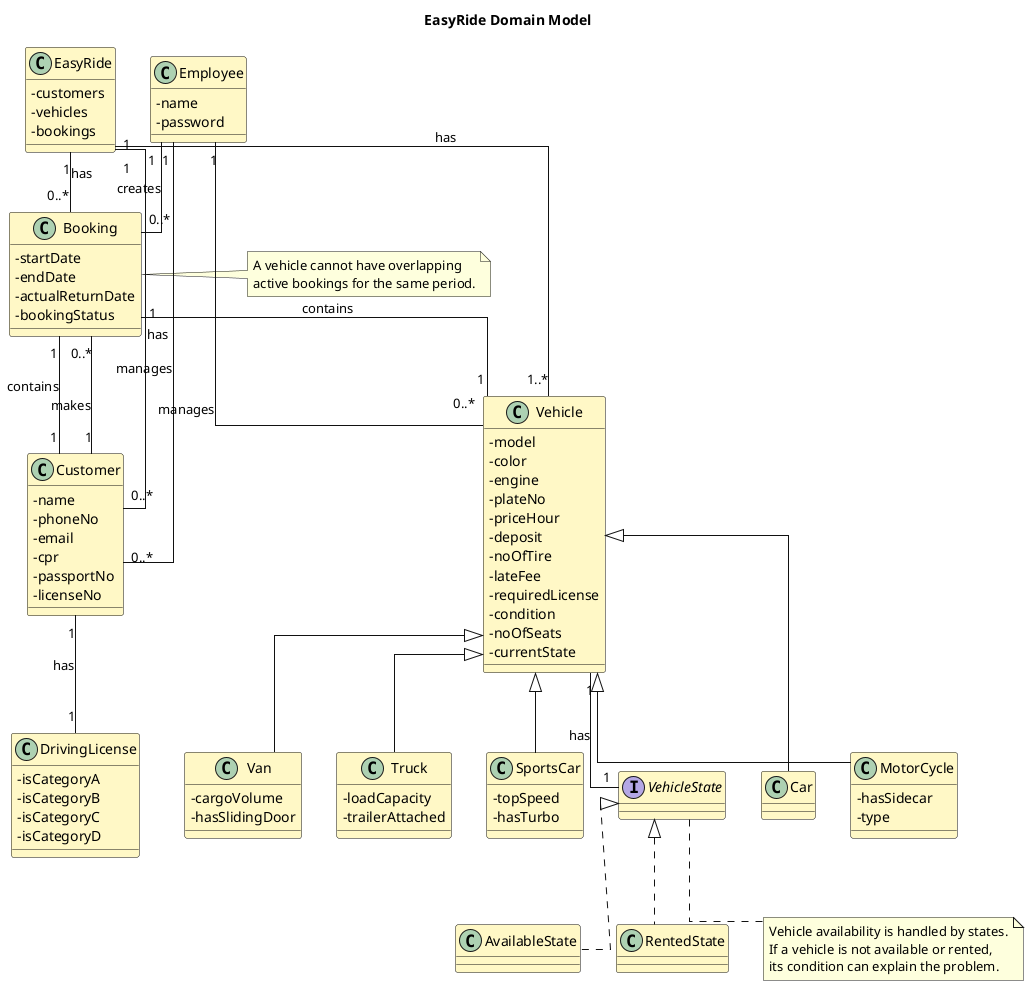
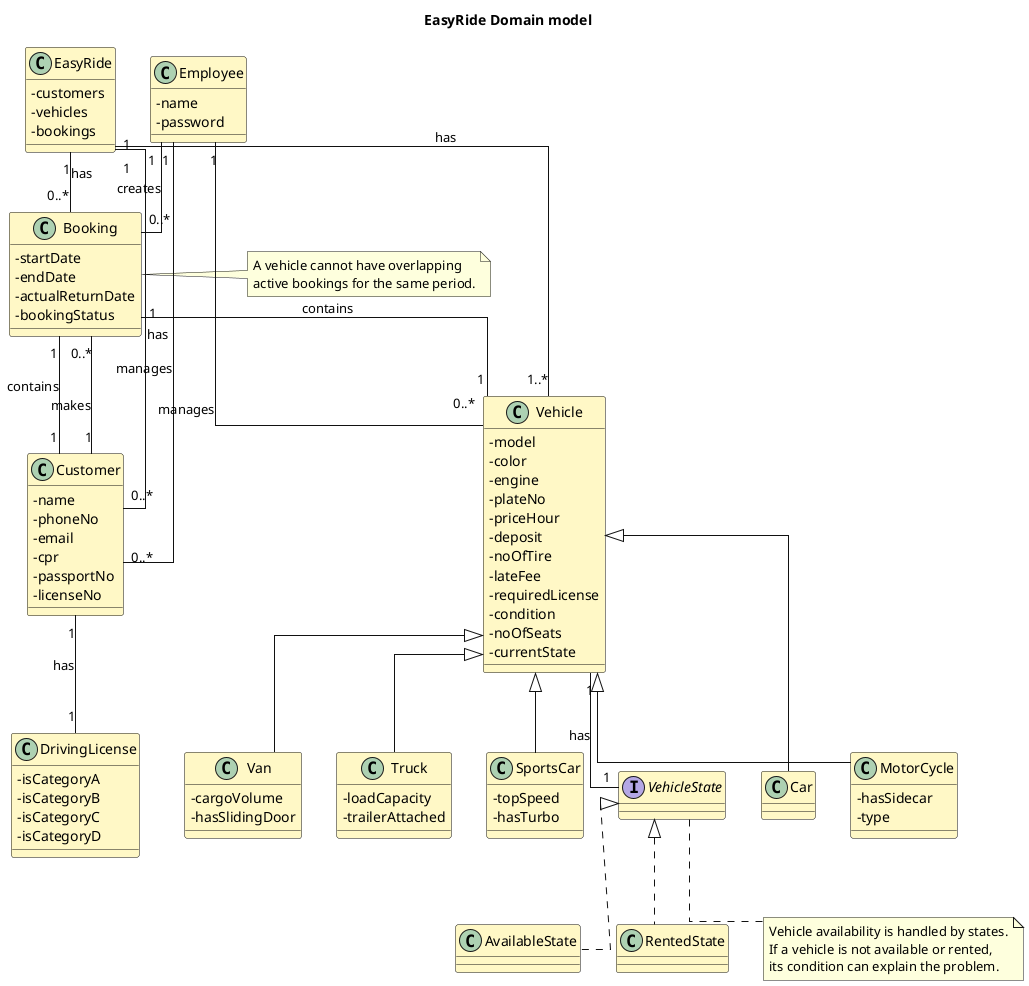
@startuml EasyRide_Domain_Model

- title EasyRide Domain Model
+ title EasyRide Domain model

skinparam classAttributeIconSize 0
skinparam shadowing false
skinparam linetype ortho
skinparam class {
  BackgroundColor #FFF8C6
  BorderColor #111111
  ArrowColor #111111
}

class EasyRide {
  - customers
  - vehicles
  - bookings
}

class Employee {
  - name
  - password
}

class Customer {
  - name
  - phoneNo
  - email
  - cpr
  - passportNo
  - licenseNo
}

class DrivingLicense {
  - isCategoryA
  - isCategoryB
  - isCategoryC
  - isCategoryD
}

class Booking {
  - startDate
  - endDate
  - actualReturnDate
  - bookingStatus
}

class Vehicle {
  - model
  - color
  - engine
  - plateNo
  - priceHour
  - deposit
  - noOfTire
  - lateFee
  - requiredLicense
  - condition
  - noOfSeats
  - currentState
}

interface VehicleState

class AvailableState
class RentedState

class Car
class MotorCycle {
  - hasSidecar
  - type
}

class Van {
  - cargoVolume
  - hasSlidingDoor
}

class Truck {
  - loadCapacity
  - trailerAttached
}

class SportsCar {
  - topSpeed
  - hasTurbo
}

EasyRide "1" -- "0..*" Customer : has
EasyRide "1" -- "1..*" Vehicle : has
EasyRide "1" -- "0..*" Booking : has

Employee "1" -- "0..*" Customer : manages
Employee "1" -- "0..*" Vehicle : manages
Employee "1" -- "0..*" Booking : creates

Customer "1" -- "0..*" Booking : makes
Customer "1" -- "1" DrivingLicense : has

Booking "1" -- "1" Customer : contains
Booking "1" -- "1" Vehicle : contains

Vehicle "1" -- "1" VehicleState : has

VehicleState <|.. AvailableState
VehicleState <|.. RentedState

Vehicle <|-- Car
Vehicle <|-- MotorCycle
Vehicle <|-- Van
Vehicle <|-- Truck
Vehicle <|-- SportsCar

note right of Booking
  A vehicle cannot have overlapping
  active bookings for the same period.
end note

note bottom of VehicleState
  Vehicle availability is handled by states.
  If a vehicle is not available or rented,
  its condition can explain the problem.
end note

@enduml
